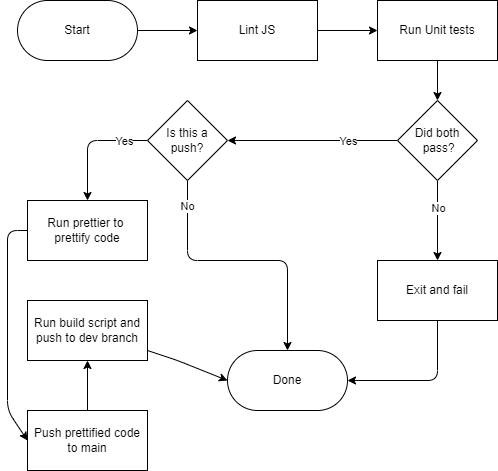
This is admin/cipipeline/phase1.drawio.png from cse110-sp23-group26/BugCatchers, a draw.io export, as it was before one commit. Source tidied: cells renumbered, new cells last; positions are measured from the earlier drawing's top-left corner, leaving out a move shared by most shapes.
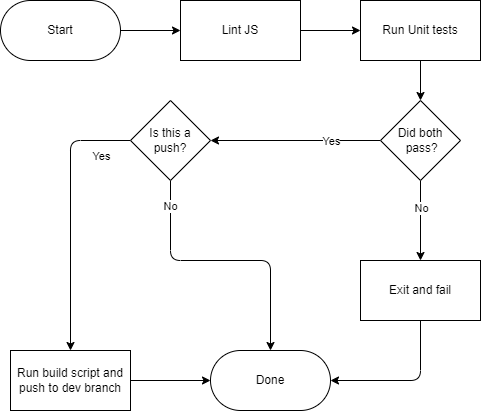
Above is the later version.

The edit, as a diff of the source:
```diff
@@ -1,4 +1,4 @@
-<mxGraphModel background="#ffffff">
+<mxGraphModel>
   <root>
     <mxCell id="0" />
     <mxCell id="1" parent="0" />
@@ -50,7 +50,7 @@
     <mxCell id="15" value="Done" style="rounded=1;whiteSpace=wrap;html=1;arcSize=50;" parent="1" vertex="1">
       <mxGeometry x="220" y="350" width="120" height="60" as="geometry" />
     </mxCell>
-    <mxCell id="16" style="edgeStyle=none;html=1;exitX=0;exitY=0.5;exitDx=0;exitDy=0;entryX=0.5;entryY=0;entryDx=0;entryDy=0;" parent="1" edge="1" source="20" target="22">
+    <mxCell id="16" style="edgeStyle=none;html=1;exitX=0;exitY=0.5;exitDx=0;exitDy=0;entryX=0.5;entryY=0;entryDx=0;entryDy=0;" parent="1" edge="1" source="20" target="24">
       <mxGeometry relative="1" as="geometry">
         <Array as="points">
           <mxPoint x="80" y="140" />
@@ -59,7 +59,7 @@
     </mxCell>
     <mxCell id="17" value="Yes" style="edgeLabel;html=1;align=center;verticalAlign=middle;" parent="16" vertex="1">
       <mxGeometry x="-0.4" y="2" relative="1" as="geometry">
-        <mxPoint x="12" y="-2" as="offset" />
+        <mxPoint x="28" y="-6" as="offset" />
       </mxGeometry>
     </mxCell>
     <mxCell id="18" style="edgeStyle=none;html=1;entryX=0.5;entryY=0;entryDx=0;entryDy=0;" parent="1" edge="1" source="20" target="15">
@@ -76,32 +76,11 @@
     <mxCell id="20" value="Is this a&lt;br&gt;push?" style="rhombus;whiteSpace=wrap;html=1;" parent="1" vertex="1">
       <mxGeometry x="140" y="100" width="80" height="80" as="geometry" />
     </mxCell>
-    <mxCell id="21" style="edgeStyle=none;html=1;entryX=0;entryY=0.5;entryDx=0;entryDy=0;" parent="1" edge="1" source="22" target="26">
-      <mxGeometry relative="1" as="geometry">
-        <Array as="points">
-          <mxPoint y="230" />
-          <mxPoint y="410" />
-        </Array>
-      </mxGeometry>
-    </mxCell>
-    <mxCell id="22" value="Run prettier to&amp;nbsp;&lt;br&gt;prettify code" style="rounded=0;whiteSpace=wrap;html=1;" parent="1" vertex="1">
-      <mxGeometry x="20" y="200" width="120" height="60" as="geometry" />
-    </mxCell>
     <mxCell id="23" style="edgeStyle=none;html=1;entryX=0;entryY=0.5;entryDx=0;entryDy=0;" parent="1" edge="1" source="24" target="15">
-      <mxGeometry relative="1" as="geometry">
-        <Array as="points">
-          <mxPoint x="170" y="360" />
-        </Array>
-      </mxGeometry>
+      <mxGeometry relative="1" as="geometry" />
     </mxCell>
     <mxCell id="24" value="Run build script and push to dev branch" style="whiteSpace=wrap;html=1;" parent="1" vertex="1">
-      <mxGeometry x="20" y="300" width="120" height="60" as="geometry" />
+      <mxGeometry x="20" y="350" width="120" height="60" as="geometry" />
     </mxCell>
-    <mxCell id="25" style="edgeStyle=none;html=1;" parent="1" edge="1" source="26" target="24">
-      <mxGeometry relative="1" as="geometry" />
-    </mxCell>
-    <mxCell id="26" value="Push prettified code to main" style="whiteSpace=wrap;html=1;" parent="1" vertex="1">
-      <mxGeometry x="20" y="410" width="120" height="60" as="geometry" />
-    </mxCell>
   </root>
 </mxGraphModel>
```
